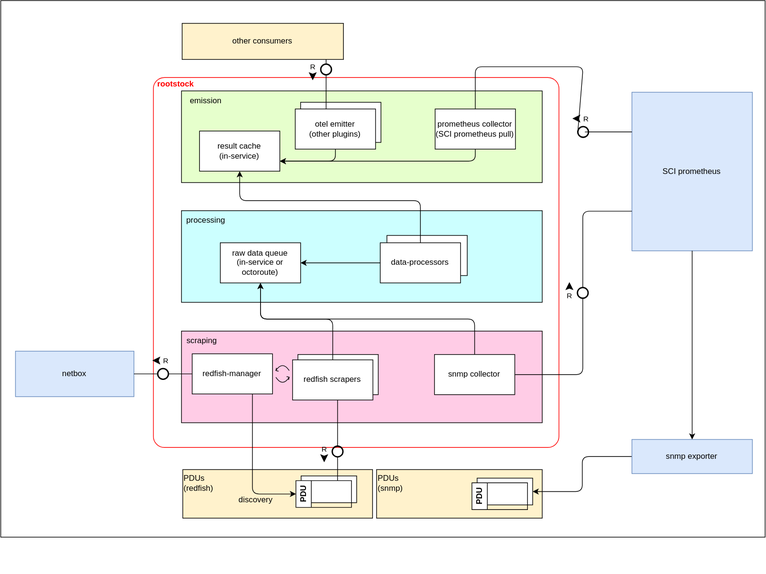
This is docs/design/package_architecture.svg from cloudoperators/rootstock, a draw.io export, as it was before one commit. Source tidied: cells renumbered, new cells last; positions are measured from the earlier drawing's top-left corner, leaving out a move shared by most shapes.
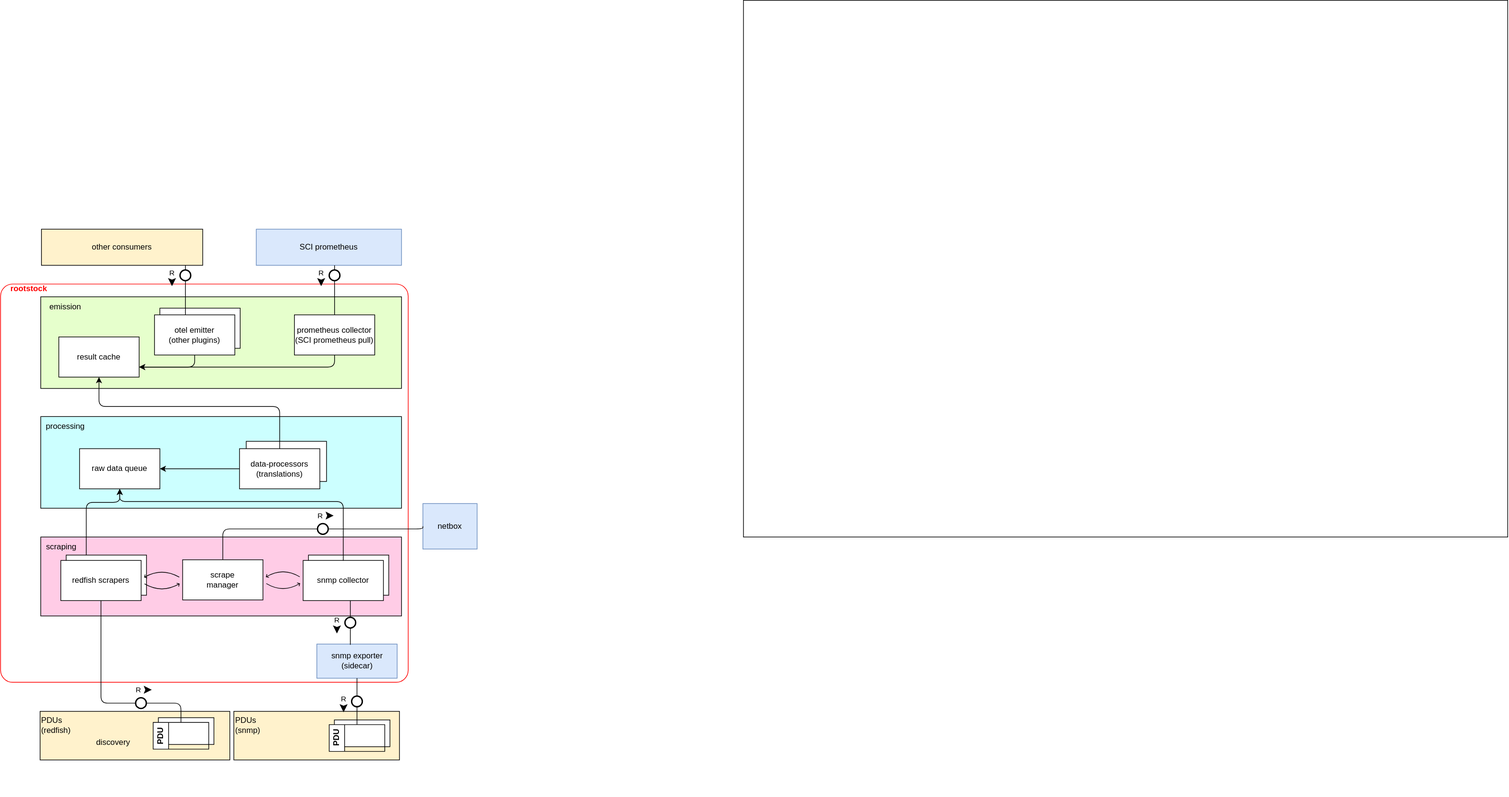
After the change.

Commit message:
update architecture diagram

Diff of the diagram source:
```diff
@@ -3,13 +3,13 @@
     <mxCell id="0" />
     <mxCell id="1" parent="0" />
     <mxCell id="2" value="Best viewed with the &lt;a href=&quot;https://github.com/ariel-bentu/tam-drawio&quot;&gt;TAM plugin&lt;/a&gt;" style="text;html=1;shape=tamPluginMissing;" parent="1" vertex="1">
-      <mxGeometry x="471" y="832" width="200" height="25" as="geometry" />
+      <mxGeometry x="1236" y="857.1" width="200" height="25" as="geometry" />
     </mxCell>
     <mxCell id="3" style="rounded=0;whiteSpace=wrap;html=1;" parent="1" vertex="1">
-      <mxGeometry width="1142" height="802" as="geometry" />
+      <mxGeometry x="1320" y="-308" width="1142" height="802" as="geometry" />
     </mxCell>
     <mxCell id="4" style="rounded=1;whiteSpace=wrap;html=1;arcSize=3;fillColor=none;strokeColor=#FF0000;" parent="1" vertex="1">
-      <mxGeometry x="228" y="115" width="606" height="553" as="geometry" />
+      <mxGeometry x="210" y="116" width="609" height="595" as="geometry" />
     </mxCell>
     <mxCell id="5" style="group;" parent="1" vertex="1">
       <mxGeometry x="270" y="314" width="539" height="146" as="geometry" />
@@ -47,10 +47,10 @@
     <mxCell id="16" value="data-enrichment" style="rounded=0;whiteSpace=wrap;html=1;" parent="15" vertex="1">
       <mxGeometry x="10" width="120" height="60" as="geometry" />
     </mxCell>
-    <mxCell id="17" value="data-processors" style="rounded=0;whiteSpace=wrap;html=1;" parent="15" vertex="1">
+    <mxCell id="17" value="data-processors&lt;div&gt;(translations)&lt;/div&gt;" style="rounded=0;whiteSpace=wrap;html=1;" parent="15" vertex="1">
       <mxGeometry y="11" width="120" height="60" as="geometry" />
     </mxCell>
-    <mxCell id="18" value="raw data queue&lt;div&gt;(in-service or octoroute)&lt;/div&gt;" style="rounded=0;whiteSpace=wrap;html=1;" parent="5" vertex="1">
+    <mxCell id="18" value="raw data queue" style="rounded=0;whiteSpace=wrap;html=1;" parent="5" vertex="1">
       <mxGeometry x="58" y="48" width="120" height="60" as="geometry" />
     </mxCell>
     <mxCell id="19" style="edgeStyle=none;html=1;" parent="5" edge="1" source="17" target="18">
@@ -60,16 +60,16 @@
       <mxGeometry x="270" y="494" width="539" height="137" as="geometry" />
     </mxCell>
     <mxCell id="21" style="rounded=0;whiteSpace=wrap;html=1;fillColor=#FFCCE6;" parent="20" vertex="1">
-      <mxGeometry width="539" height="137" as="geometry" />
+      <mxGeometry width="539" height="118" as="geometry" />
     </mxCell>
     <mxCell id="22" value="scraping" style="text;html=1;align=center;verticalAlign=middle;whiteSpace=wrap;rounded=0;" parent="20" vertex="1">
       <mxGeometry x="1" width="60" height="30" as="geometry" />
     </mxCell>
-    <mxCell id="23" value="redfish-manager" style="rounded=0;whiteSpace=wrap;html=1;" parent="20" vertex="1">
-      <mxGeometry x="16" y="34" width="120" height="60" as="geometry" />
+    <mxCell id="23" value="scrape&lt;div&gt;manager&lt;/div&gt;" style="rounded=0;whiteSpace=wrap;html=1;" parent="20" vertex="1">
+      <mxGeometry x="212" y="34" width="120" height="60" as="geometry" />
     </mxCell>
     <mxCell id="24" style="group;" parent="20" vertex="1">
-      <mxGeometry x="166" y="35" width="128" height="68" as="geometry" />
+      <mxGeometry x="30" y="27" width="128" height="68" as="geometry" />
     </mxCell>
     <mxCell id="25" value="redfish scraper" style="rounded=0;whiteSpace=wrap;html=1;" parent="24" vertex="1">
       <mxGeometry x="8" width="120" height="60" as="geometry" />
@@ -77,19 +77,28 @@
     <mxCell id="26" value="redfish scrapers" style="rounded=0;whiteSpace=wrap;html=1;" parent="24" vertex="1">
       <mxGeometry y="8" width="120" height="60" as="geometry" />
     </mxCell>
-    <mxCell id="27" style="shape=updateedge;endArrow=none;exitX=1;exitY=0.5;exitDx=0;exitDy=0;entryX=0;entryY=0.5;entryDx=0;entryDy=0;" parent="20" edge="1" source="23" target="26">
-      <mxGeometry relative="1" as="geometry" />
-    </mxCell>
+    <mxCell id="61" style="shape=updateedge;endArrow=none;exitX=1;exitY=0.5;exitDx=0;exitDy=0;entryX=0;entryY=0.5;entryDx=0;entryDy=0;" parent="20" edge="1" source="26" target="23">
+      <mxGeometry relative="1" as="geometry" />
+    </mxCell>
+    <mxCell id="62" style="group;" parent="20" vertex="1">
+      <mxGeometry x="392" y="27" width="128" height="68" as="geometry" />
+    </mxCell>
+    <mxCell id="63" value="snmp collector" style="rounded=0;whiteSpace=wrap;html=1;" parent="62" vertex="1">
+      <mxGeometry x="8" width="120" height="60" as="geometry" />
+    </mxCell>
-    <mxCell id="28" value="snmp collector" style="rounded=0;whiteSpace=wrap;html=1;" parent="20" vertex="1">
-      <mxGeometry x="378" y="35" width="120" height="60" as="geometry" />
+    <mxCell id="28" value="snmp collector" style="rounded=0;whiteSpace=wrap;html=1;" parent="62" vertex="1">
+      <mxGeometry y="8" width="120" height="60" as="geometry" />
     </mxCell>
+    <mxCell id="64" style="shape=updateedge;endArrow=none;entryX=0;entryY=0.5;entryDx=0;entryDy=0;" parent="20" edge="1" source="23" target="28">
+      <mxGeometry relative="1" as="geometry" />
+    </mxCell>
-    <mxCell id="29" value="result cache&lt;div&gt;(in-service)&lt;/div&gt;" style="rounded=0;whiteSpace=wrap;html=1;" parent="1" vertex="1">
+    <mxCell id="29" value="result cache" style="rounded=0;whiteSpace=wrap;html=1;" parent="1" vertex="1">
       <mxGeometry x="297" y="195" width="120" height="60" as="geometry" />
     </mxCell>
-    <mxCell id="30" style="edgeStyle=elbowEdgeStyle;html=1;labelBackgroundColor=none;rounded=1;elbow=vertical;endArrow=classic;endFill=1;align=center;entryX=0.5;entryY=1;entryDx=0;entryDy=0;exitX=0.5;exitY=0;exitDx=0;exitDy=0;" parent="1" edge="1" source="26" target="18">
-      <mxGeometry relative="1" as="geometry">
+    <mxCell id="30" style="edgeStyle=elbowEdgeStyle;html=1;labelBackgroundColor=none;rounded=1;elbow=vertical;endArrow=classic;endFill=1;align=center;entryX=0.5;entryY=1;entryDx=0;entryDy=0;exitX=0.25;exitY=0;exitDx=0;exitDy=0;" parent="1" edge="1" source="25" target="18">
+      <mxGeometry x="0.1" relative="1" as="geometry">
         <Array as="points">
-          <mxPoint x="437" y="476.2" />
+          <mxPoint x="358.1" y="442.2" />
         </Array>
       </mxGeometry>
     </mxCell>
@@ -115,16 +124,16 @@
       </mxGeometry>
     </mxCell>
     <mxCell id="34" value="rootstock" style="text;align=center;verticalAlign=middle;strokeColor=none;fillColor=none;fontColor=#FF0000;fontStyle=1;" parent="1" vertex="1">
-      <mxGeometry x="228" y="111" width="67" height="26" as="geometry" />
+      <mxGeometry x="219" y="109" width="67" height="26" as="geometry" />
     </mxCell>
     <mxCell id="35" value="other consumers" style="rounded=0;whiteSpace=wrap;html=1;fillColor=#FFF2CC;" parent="1" vertex="1">
       <mxGeometry x="271" y="34" width="241" height="54" as="geometry" />
     </mxCell>
     <mxCell id="36" value="SCI prometheus" style="rounded=0;whiteSpace=wrap;html=1;fillColor=#dae8fc;strokeColor=#6c8ebf;" parent="1" vertex="1">
-      <mxGeometry x="943" y="137" width="180" height="237" as="geometry" />
+      <mxGeometry x="592" y="34" width="217" height="54" as="geometry" />
     </mxCell>
     <mxCell id="37" style="group;" parent="1" vertex="1">
-      <mxGeometry x="561.5" y="701" width="247.5" height="72.6" as="geometry" />
+      <mxGeometry x="558.5" y="754.5" width="247.5" height="72.6" as="geometry" />
     </mxCell>
     <mxCell id="38" style="rounded=0;whiteSpace=wrap;html=1;fillColor=#FFF2CC;" parent="37" vertex="1">
       <mxGeometry width="247.5" height="72.7" as="geometry" />
@@ -142,7 +151,7 @@
       <mxGeometry y="7" width="83" height="40" as="geometry" />
     </mxCell>
     <mxCell id="43" style="group;" parent="1" vertex="1">
-      <mxGeometry x="272" y="701" width="283.5" height="72.6" as="geometry" />
+      <mxGeometry x="269" y="754.5" width="283.5" height="72.6" as="geometry" />
     </mxCell>
     <mxCell id="44" style="rounded=0;whiteSpace=wrap;html=1;fillColor=#FFF2CC;" parent="43" vertex="1">
       <mxGeometry width="283.5" height="72.7" as="geometry" />
@@ -162,52 +171,44 @@
     <mxCell id="49" value="discovery" style="text;html=1;align=center;verticalAlign=middle;strokeColor=none;fillColor=none;" parent="43" vertex="1">
       <mxGeometry x="74.5" y="33" width="69" height="26" as="geometry" />
     </mxCell>
-    <mxCell id="50" style="edgeStyle=orthogonalEdgeStyle;html=1;labelBackgroundColor=none;rounded=1;elbow=horizontal;endArrow=classic;endFill=1;align=left;exitX=0.75;exitY=1;exitDx=0;exitDy=0;entryX=0;entryY=0.5;entryDx=0;entryDy=0;" parent="1" edge="1" source="23" target="48">
-      <mxGeometry relative="1" as="geometry" />
-    </mxCell>
-    <mxCell id="51" style="edgeStyle=orthogonalEdgeStyle;html=1;entryX=1;entryY=0.5;entryDx=0;entryDy=0;" parent="1" edge="1" source="52" target="41">
-      <mxGeometry relative="1" as="geometry" />
-    </mxCell>
-    <mxCell id="52" value="snmp exporter" style="rounded=0;whiteSpace=wrap;html=1;fillColor=#dae8fc;strokeColor=#6c8ebf;" parent="1" vertex="1">
-      <mxGeometry x="943" y="656" width="180" height="51" as="geometry" />
+    <mxCell id="52" value="snmp exporter&lt;div&gt;(sidecar)&lt;/div&gt;" style="rounded=0;whiteSpace=wrap;html=1;fillColor=#dae8fc;strokeColor=#6c8ebf;" parent="1" vertex="1">
+      <mxGeometry x="682.5" y="654" width="120" height="51" as="geometry" />
     </mxCell>
     <mxCell id="53" style="edgeStyle=elbowEdgeStyle;html=1;labelBackgroundColor=none;rounded=1;elbow=vertical;endArrow=classic;endFill=1;align=center;entryX=0.5;entryY=1;entryDx=0;entryDy=0;exitX=0.5;exitY=0;exitDx=0;exitDy=0;" parent="1" edge="1" source="28" target="18">
       <mxGeometry relative="1" as="geometry">
         <Array as="points">
-          <mxPoint x="547" y="476" />
+          <mxPoint x="545.2" y="440.9" />
         </Array>
       </mxGeometry>
     </mxCell>
-    <mxCell id="54" style="endArrow=classic;html=1;entryX=0.5;entryY=0;entryDx=0;entryDy=0;exitX=0.5;exitY=1;exitDx=0;exitDy=0;" parent="1" edge="1" source="36" target="52">
-      <mxGeometry relative="1" as="geometry" />
-    </mxCell>
-    <mxCell id="55" style="rounded=1;shape=useedge;edgeStyle=elbowEdgeStyle;elbow=horizontal;endArrow=none;useSignPosition=left;useSignDirection=south;exitX=0;exitY=0.75;exitDx=0;exitDy=0;entryX=1;entryY=0.5;entryDx=0;entryDy=0;" parent="1" edge="1" source="36" target="28">
-      <mxGeometry relative="1" as="geometry">
-        <Array as="points">
-          <mxPoint x="869.6" y="434.4" />
-        </Array>
-      </mxGeometry>
-    </mxCell>
     <mxCell id="56" style="shape=useedge;vertical=true;edgeStyle=none;endArrow=none;useSignPosition=left;useSignDirection=south;dx=8;dy=15;entryX=0.75;entryY=1;entryDx=0;entryDy=0;" parent="1" edge="1" source="14" target="35">
       <mxGeometry relative="1" as="geometry" />
     </mxCell>
-    <mxCell id="57" style="rounded=1;shape=useedge;vertical=true;endArrow=none;useSignPosition=up;useSignDirection=east;exitX=0;exitY=0.25;exitDx=0;exitDy=0;entryX=0.5;entryY=0;entryDx=0;entryDy=0;edgeStyle=orthogonalEdgeStyle;endFill=0;" parent="1" edge="1" source="36" target="11">
-      <mxGeometry relative="1" as="geometry">
-        <Array as="points">
-          <mxPoint x="870.2" y="196.3" />
-          <mxPoint x="870.2" y="98.8" />
-          <mxPoint x="709" y="98.8" />
-        </Array>
-      </mxGeometry>
-    </mxCell>
-    <mxCell id="58" style="shape=useedge;vertical=true;edgeStyle=none;endArrow=none;useSignPosition=left;useSignDirection=south;entryX=0.5;entryY=1;entryDx=0;entryDy=0;exitX=0.75;exitY=0;exitDx=0;exitDy=0;dx=12;dy=77;" parent="1" edge="1" source="48" target="26">
-      <mxGeometry relative="1" as="geometry" />
-    </mxCell>
     <mxCell id="59" value="netbox" style="rounded=0;whiteSpace=wrap;html=1;fillColor=#dae8fc;strokeColor=#6c8ebf;" parent="1" vertex="1">
-      <mxGeometry x="22" y="524" width="177" height="68" as="geometry" />
+      <mxGeometry x="841" y="444" width="81" height="68" as="geometry" />
     </mxCell>
+    <mxCell id="65" style="shape=useedge;vertical=true;edgeStyle=none;endArrow=none;useSignPosition=left;useSignDirection=south;dx=8;dy=15;entryX=0.5;entryY=1;entryDx=0;entryDy=0;exitX=0.5;exitY=0;exitDx=0;exitDy=0;" parent="1" edge="1" source="11" target="36">
+      <mxGeometry relative="1" as="geometry" />
+    </mxCell>
+    <mxCell id="66" style="shape=useedge;vertical=true;edgeStyle=none;endArrow=none;useSignPosition=left;useSignDirection=south;exitX=0.5;exitY=0;exitDx=0;exitDy=0;entryX=0.75;entryY=1;entryDx=0;entryDy=0;" parent="1" edge="1" source="42" target="52">
+      <mxGeometry relative="1" as="geometry" />
+    </mxCell>
+    <mxCell id="67" style="shape=useedge;vertical=true;edgeStyle=none;endArrow=none;useSignPosition=left;useSignDirection=south;exitX=0.417;exitY=0.02;exitDx=0;exitDy=0;exitPerimeter=0;entryX=0.5;entryY=1;entryDx=0;entryDy=0;" parent="1" edge="1" source="52" target="28">
+      <mxGeometry relative="1" as="geometry" />
+    </mxCell>
+    <mxCell id="68" style="rounded=1;shape=useedge;vertical=true;edgeStyle=elbowEdgeStyle;elbow=vertical;endArrow=none;useSignPosition=up;useSignDirection=east;exitX=0.5;exitY=1;exitDx=0;exitDy=0;entryX=0.5;entryY=0;entryDx=0;entryDy=0;" parent="1" edge="1" source="26" target="48">
+      <mxGeometry relative="1" as="geometry">
+        <Array as="points">
+          <mxPoint x="419.6" y="742.2" />
+        </Array>
+      </mxGeometry>
+    </mxCell>
-    <mxCell id="60" style="shape=useedge;endArrow=none;edgeStyle=none;useSignPosition=up;useSignDirection=east;entryX=1;entryY=0.5;entryDx=0;entryDy=0;exitX=0;exitY=0.5;exitDx=0;exitDy=0;" parent="1" edge="1" source="23" target="59">
-      <mxGeometry relative="1" as="geometry" />
+    <mxCell id="60" style="rounded=1;shape=useedge;vertical=true;edgeStyle=elbowEdgeStyle;elbow=vertical;endArrow=none;useSignPosition=up;useSignDirection=east;exitX=0.5;exitY=0;exitDx=0;exitDy=0;entryX=0;entryY=0.5;entryDx=0;entryDy=0;" parent="1" edge="1" source="23" target="59">
+      <mxGeometry x="-0.09" relative="1" as="geometry">
+        <Array as="points">
+          <mxPoint x="687.3" y="482" />
+        </Array>
+      </mxGeometry>
     </mxCell>
   </root>
 </mxGraphModel>
```
